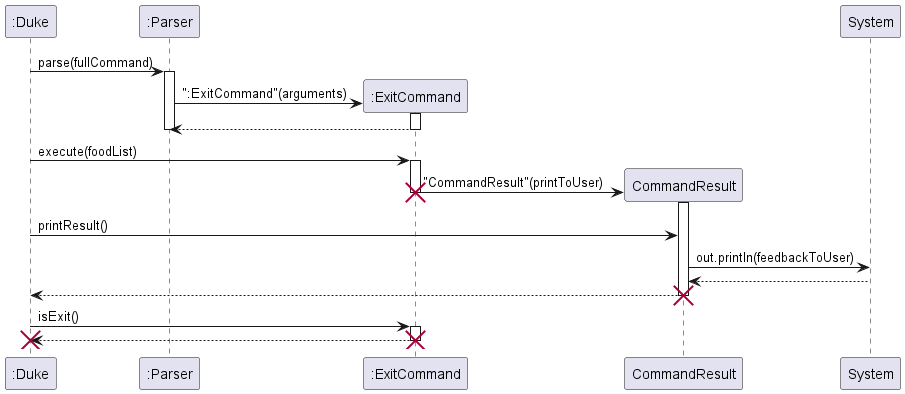
Earlier version of the PlantUML export docs/images/ExitCommandSequenceDiagram.png (tsx0314/tp).
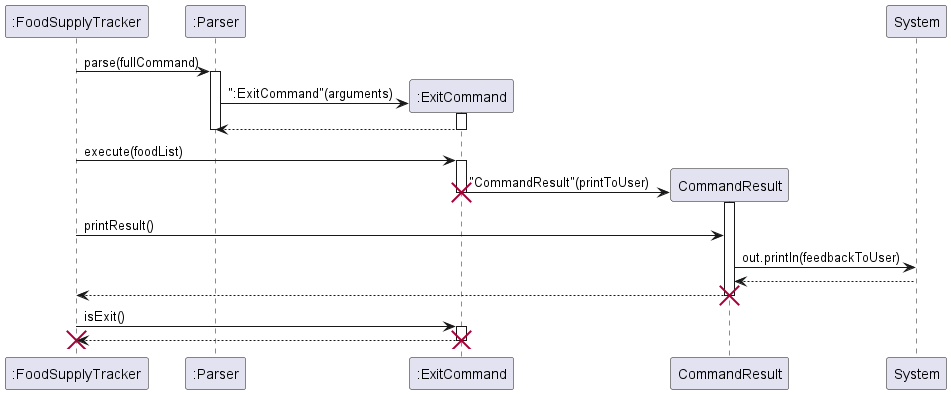
Later version of the same file.

What changed in the source:
```diff
@@ -1,6 +1,6 @@
 @startuml
 
-":Duke" -> ":Parser": parse(fullCommand)
+":FoodSupplyTracker" -> ":Parser": parse(fullCommand)
 activate ":Parser"
 
 create ":ExitCommand"
@@ -10,7 +10,7 @@
 deactivate ":ExitCommand"
 deactivate ":Parser"
 
-":Duke" -> ":ExitCommand" : execute(foodList)
+":FoodSupplyTracker" -> ":ExitCommand" : execute(foodList)
 activate ":ExitCommand"
 
 
@@ -21,20 +21,20 @@
 deactivate ":ExitCommand"
 destroy ":ExitCommand"
 
-":Duke" -> "CommandResult": printResult()
+":FoodSupplyTracker" -> "CommandResult": printResult()
 "CommandResult"->System: out.println(feedbackToUser)
 
 System --> "CommandResult"
-"CommandResult" --> ":Duke"
+"CommandResult" --> ":FoodSupplyTracker"
 deactivate "CommandResult"
 destroy "CommandResult"
 
-":Duke" -> ":ExitCommand": isExit()
+":FoodSupplyTracker" -> ":ExitCommand": isExit()
 activate ":ExitCommand"
-":ExitCommand" --> ":Duke"
+":ExitCommand" --> ":FoodSupplyTracker"
 deactivate ":ExitCommand"
 destroy ":ExitCommand"
 
-destroy ":Duke"
+destroy ":FoodSupplyTracker"
 
 @enduml
```
